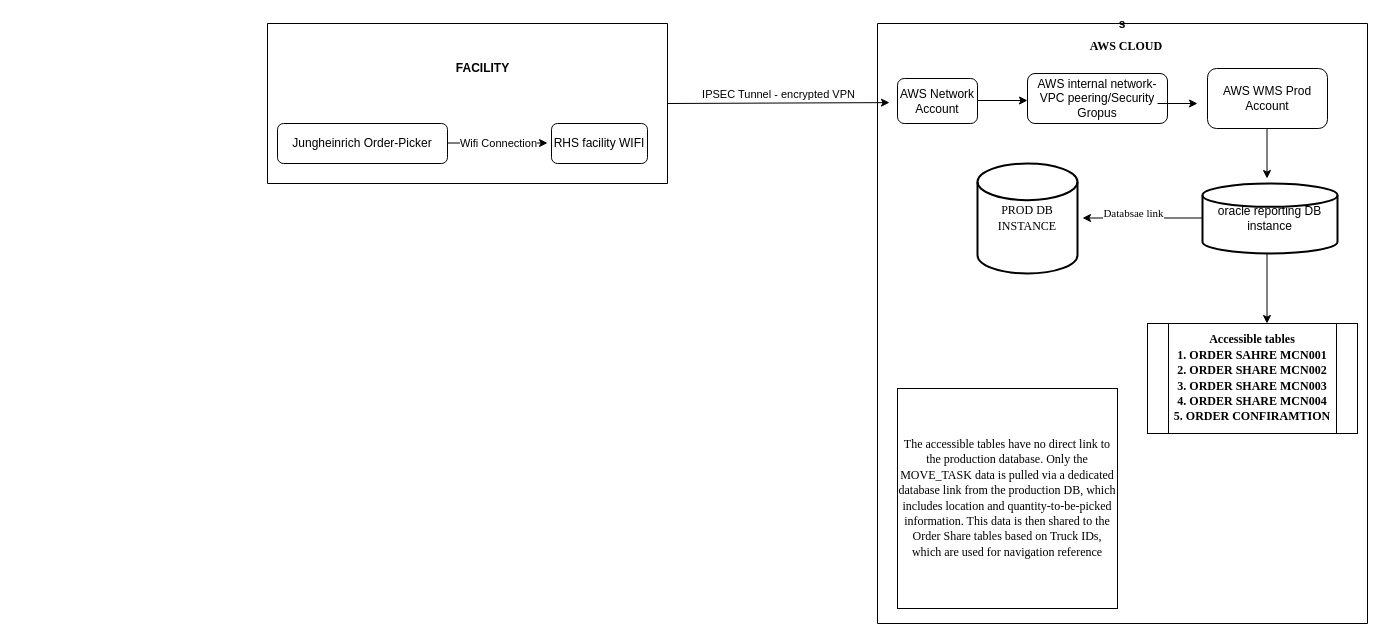
Above: Untitled Diagram.drawio in Sathya-1610/Jungheinrich-Flowchart (draw.io), before the change. Source tidied: cells renumbered, new cells numbered last; positions are measured from the earlier drawing's top-left corner, leaving out a move shared by most shapes. Both pictures are drawn from the tidied source at 100%, with x=0, y=0 at pixel (267, 23).
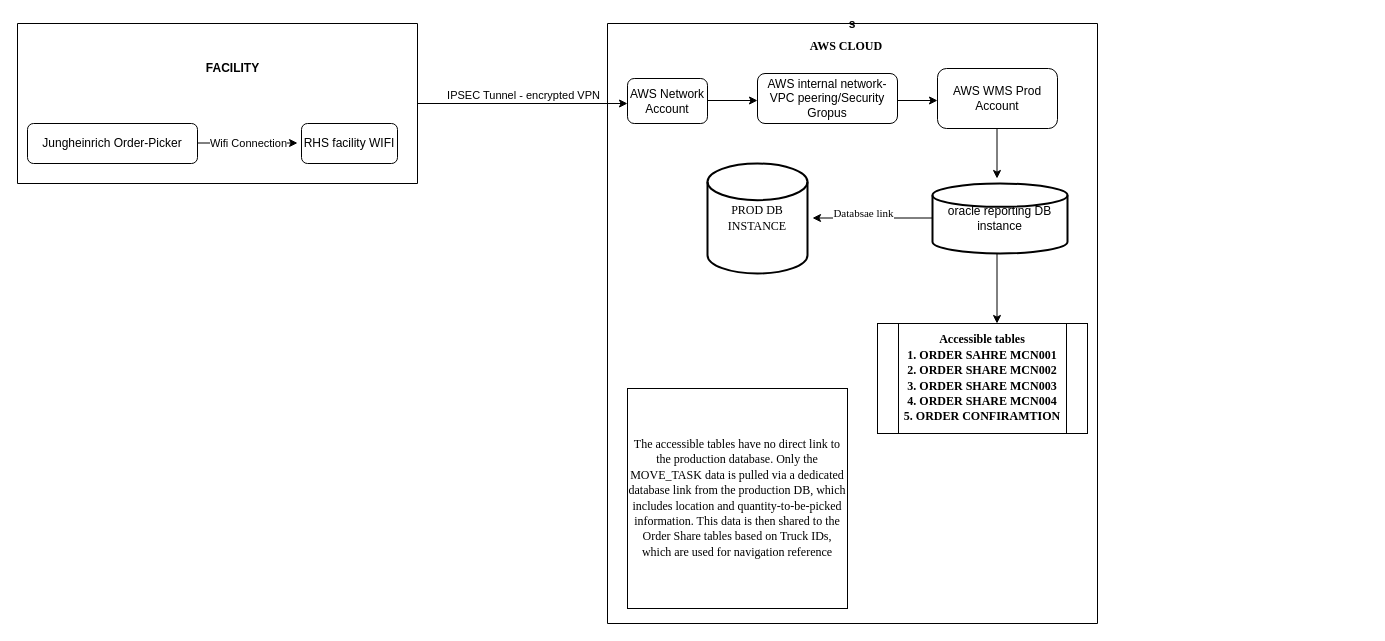
The same diagram, later.

Commit message:
JUNGHEINRICH CONNECTION FLOWCHART_1

The edit, as a diff of the source:
```diff
@@
     <mxCell id="2" style="swimlane;startSize=0;" parent="1" vertex="1">
-      <mxGeometry width="400" height="160" as="geometry" />
+      <mxGeometry x="-250" width="400" height="160" as="geometry" />
     </mxCell>
@@
     <mxCell id="8" value="s" style="swimlane;startSize=0;" parent="1" vertex="1">
-      <mxGeometry x="610" width="490" height="600" as="geometry" />
+      <mxGeometry x="340" width="490" height="600" as="geometry" />
     </mxCell>
@@
+    <mxCell id="24" value="&lt;font face=&quot;Times New Roman&quot;&gt;&lt;b&gt;AWS CLOUD&amp;nbsp;&lt;/b&gt;&lt;/font&gt;" style="text;html=1;align=center;verticalAlign=middle;strokeColor=none;fillColor=none;fontFamily=Architects Daughter;" parent="8" vertex="1">
+      <mxGeometry x="190" y="8" width="100" height="30" as="geometry" />
+    </mxCell>
+    <mxCell id="23" style="edgeStyle=none;orthogonalLoop=1;jettySize=auto;html=1;rounded=0;" parent="8" edge="1">
+      <mxGeometry relative="1" as="geometry">
+        <mxPoint x="290" y="77" as="sourcePoint" />
+        <mxPoint x="330" y="77" as="targetPoint" />
+      </mxGeometry>
+    </mxCell>
-    <mxCell id="21" style="endArrow=classic;html=1;rounded=0;entryX=0.004;entryY=0.178;entryDx=0;entryDy=0;entryPerimeter=0;exitX=1;exitY=0.5;exitDx=0;exitDy=0;" parent="1" edge="1" source="2">
+    <mxCell id="21" style="endArrow=classic;html=1;rounded=0;exitX=1;exitY=0.5;exitDx=0;exitDy=0;" parent="1" edge="1" source="2">
       <mxGeometry relative="1" as="geometry">
-        <mxPoint x="622" y="79.1" as="targetPoint" />
+        <mxPoint x="360" y="80" as="targetPoint" />
       </mxGeometry>
     </mxCell>
@@
-    <mxCell id="23" style="edgeStyle=none;orthogonalLoop=1;jettySize=auto;html=1;rounded=0;" parent="1" edge="1">
-      <mxGeometry relative="1" as="geometry">
-        <mxPoint x="890" y="80" as="sourcePoint" />
-        <mxPoint x="930" y="80" as="targetPoint" />
-      </mxGeometry>
-    </mxCell>
-    <mxCell id="24" value="&lt;font face=&quot;Times New Roman&quot;&gt;&lt;b&gt;AWS CLOUD&amp;nbsp;&lt;/b&gt;&lt;/font&gt;" style="text;html=1;align=center;verticalAlign=middle;strokeColor=none;fillColor=none;fontFamily=Architects Daughter;" parent="1" vertex="1">
-      <mxGeometry x="810" y="8" width="100" height="30" as="geometry" />
-    </mxCell>
```
